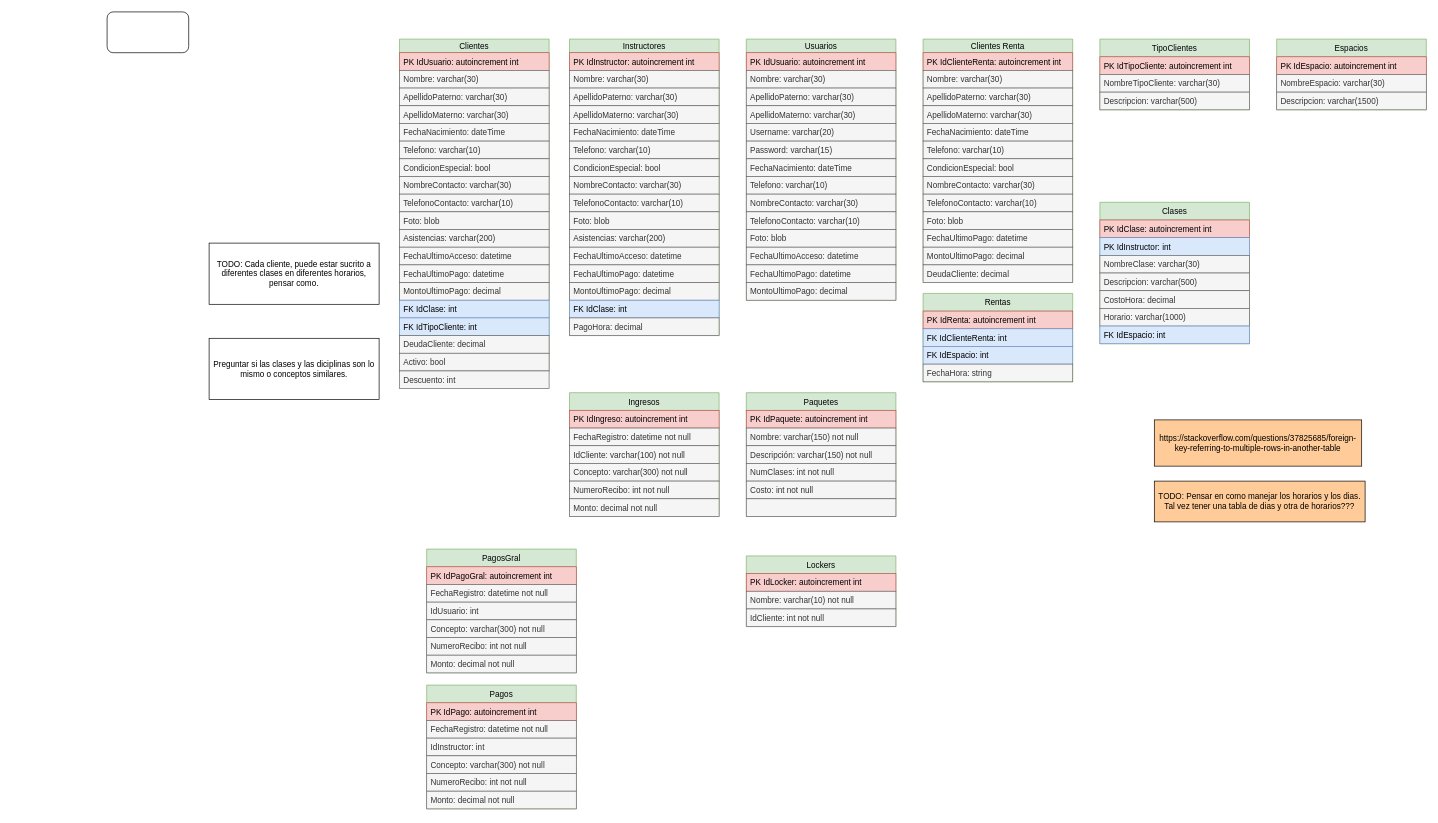
Above: page "Base de Datos" (1 of 4) of GymCastillo/Docs/Diagrams/Gym.drawio in Fwxzxh/GymCastillo (draw.io), before the change. Source tidied: cells renumbered, new cells numbered last; positions are measured from the earlier drawing's top-left corner, leaving out a move shared by most shapes. Both pictures are drawn from the tidied source at 68%, with x=0, y=0 at pixel (107, 12).
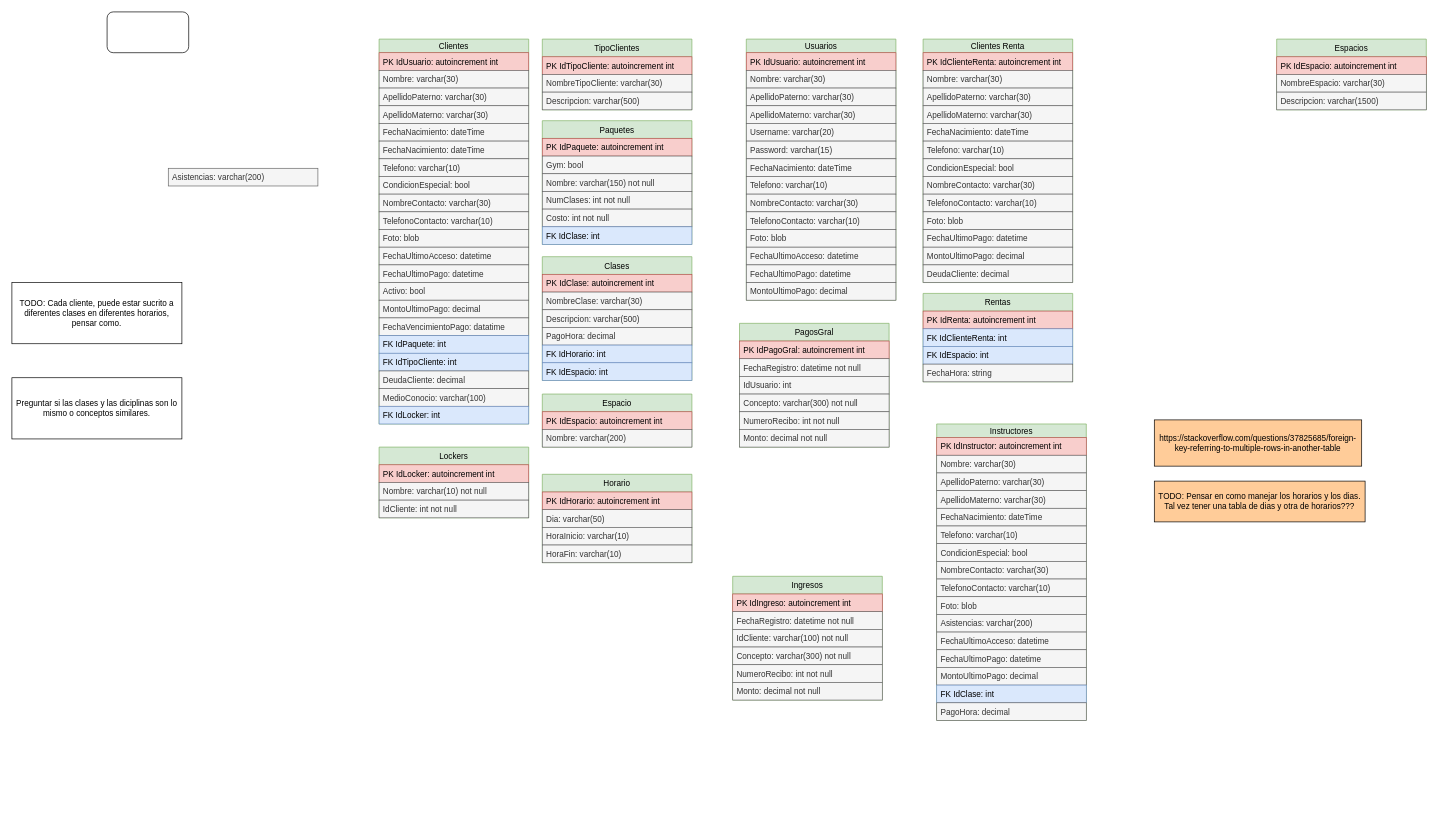
The same page after the edit.

The edit, as a diff of the source:
```diff
@@
     <mxCell id="2" value="Clientes" style="swimlane;fontStyle=0;horizontal=1;startSize=20;fillColor=#d5e8d4;strokeColor=#82b366;" parent="1" vertex="1">
-      <mxGeometry x="430" y="40" width="220" height="488" as="geometry" />
+      <mxGeometry x="400" y="40" width="220" height="566" as="geometry" />
     </mxCell>
@@
+    <mxCell id="126" value="FechaNacimiento: dateTime" style="text;strokeColor=#666666;fillColor=#f5f5f5;align=left;verticalAlign=top;spacingLeft=4;spacingRight=4;overflow=hidden;fontColor=#333333;" parent="2" vertex="1">
+      <mxGeometry y="124" width="220" height="26" as="geometry" />
+    </mxCell>
     <mxCell id="7" value="FechaNacimiento: dateTime" style="text;strokeColor=#666666;fillColor=#f5f5f5;align=left;verticalAlign=top;spacingLeft=4;spacingRight=4;overflow=hidden;fontColor=#333333;" parent="2" vertex="1">
-      <mxGeometry y="124" width="220" height="26" as="geometry" />
+      <mxGeometry y="150" width="220" height="26" as="geometry" />
     </mxCell>
     <mxCell id="8" value="Telefono: varchar(10)" style="text;strokeColor=#666666;fillColor=#f5f5f5;align=left;verticalAlign=top;spacingLeft=4;spacingRight=4;overflow=hidden;fontColor=#333333;" parent="2" vertex="1">
-      <mxGeometry y="150" width="220" height="26" as="geometry" />
+      <mxGeometry y="176" width="220" height="26" as="geometry" />
     </mxCell>
     <mxCell id="9" value="CondicionEspecial: bool" style="text;strokeColor=#666666;fillColor=#f5f5f5;align=left;verticalAlign=top;spacingLeft=4;spacingRight=4;overflow=hidden;fontColor=#333333;" parent="2" vertex="1">
-      <mxGeometry y="176" width="220" height="26" as="geometry" />
+      <mxGeometry y="202" width="220" height="26" as="geometry" />
     </mxCell>
     <mxCell id="10" value="NombreContacto: varchar(30)" style="text;strokeColor=#666666;fillColor=#f5f5f5;align=left;verticalAlign=top;spacingLeft=4;spacingRight=4;overflow=hidden;fontColor=#333333;" parent="2" vertex="1">
-      <mxGeometry y="202" width="220" height="26" as="geometry" />
+      <mxGeometry y="228" width="220" height="26" as="geometry" />
     </mxCell>
     <mxCell id="11" value="TelefonoContacto: varchar(10)" style="text;strokeColor=#666666;fillColor=#f5f5f5;align=left;verticalAlign=top;spacingLeft=4;spacingRight=4;overflow=hidden;fontColor=#333333;" parent="2" vertex="1">
-      <mxGeometry y="228" width="220" height="26" as="geometry" />
+      <mxGeometry y="254" width="220" height="26" as="geometry" />
     </mxCell>
     <mxCell id="12" value="Foto: blob" style="text;strokeColor=#666666;fillColor=#f5f5f5;align=left;verticalAlign=top;spacingLeft=4;spacingRight=4;overflow=hidden;fontColor=#333333;" parent="2" vertex="1">
-      <mxGeometry y="254" width="220" height="26" as="geometry" />
+      <mxGeometry y="280" width="220" height="26" as="geometry" />
     </mxCell>
-    <mxCell id="13" value="Asistencias: varchar(200)" style="text;strokeColor=#666666;fillColor=#f5f5f5;align=left;verticalAlign=top;spacingLeft=4;spacingRight=4;overflow=hidden;fontColor=#333333;" parent="2" vertex="1">
-      <mxGeometry y="280" width="220" height="26" as="geometry" />
-    </mxCell>
@@
+    <mxCell id="127" value="Activo: bool" style="text;strokeColor=#666666;fillColor=#f5f5f5;align=left;verticalAlign=top;spacingLeft=4;spacingRight=4;overflow=hidden;fontColor=#333333;" parent="2" vertex="1">
+      <mxGeometry y="358" width="220" height="26" as="geometry" />
+    </mxCell>
     <mxCell id="16" value="MontoUltimoPago: decimal" style="text;strokeColor=#666666;fillColor=#f5f5f5;align=left;verticalAlign=top;spacingLeft=4;spacingRight=4;overflow=hidden;fontColor=#333333;" parent="2" vertex="1">
-      <mxGeometry y="358" width="220" height="26" as="geometry" />
+      <mxGeometry y="384" width="220" height="26" as="geometry" />
     </mxCell>
+    <mxCell id="125" value="FechaVencimientoPago: datatime&#10;" style="text;strokeColor=#666666;fillColor=#f5f5f5;align=left;verticalAlign=top;spacingLeft=4;spacingRight=4;overflow=hidden;fontColor=#333333;" parent="2" vertex="1">
+      <mxGeometry y="410" width="220" height="26" as="geometry" />
+    </mxCell>
-    <mxCell id="17" value="FK IdClase: int" style="text;strokeColor=#6c8ebf;fillColor=#dae8fc;align=left;verticalAlign=top;spacingLeft=4;spacingRight=4;overflow=hidden;" parent="2" vertex="1">
-      <mxGeometry y="384" width="220" height="26" as="geometry" />
+    <mxCell id="17" value="FK IdPaquete: int" style="text;strokeColor=#6c8ebf;fillColor=#dae8fc;align=left;verticalAlign=top;spacingLeft=4;spacingRight=4;overflow=hidden;" parent="2" vertex="1">
+      <mxGeometry y="436" width="220" height="26" as="geometry" />
     </mxCell>
     <mxCell id="18" value="FK IdTipoCliente: int" style="text;strokeColor=#6c8ebf;fillColor=#dae8fc;align=left;verticalAlign=top;spacingLeft=4;spacingRight=4;overflow=hidden;" parent="2" vertex="1">
-      <mxGeometry y="410" width="220" height="26" as="geometry" />
+      <mxGeometry y="462" width="220" height="26" as="geometry" />
     </mxCell>
     <mxCell id="19" value="DeudaCliente: decimal" style="text;strokeColor=#666666;fillColor=#f5f5f5;align=left;verticalAlign=top;spacingLeft=4;spacingRight=4;overflow=hidden;fontColor=#333333;" parent="2" vertex="1">
-      <mxGeometry y="436" width="220" height="26" as="geometry" />
+      <mxGeometry y="488" width="220" height="26" as="geometry" />
     </mxCell>
-    <mxCell id="20" value="Activo: bool" style="text;strokeColor=#666666;fillColor=#f5f5f5;align=left;verticalAlign=top;spacingLeft=4;spacingRight=4;overflow=hidden;fontColor=#333333;" parent="2" vertex="1">
-      <mxGeometry y="462" width="220" height="26" as="geometry" />
+    <mxCell id="20" value="MedioConocio: varchar(100)" style="text;strokeColor=#666666;fillColor=#f5f5f5;align=left;verticalAlign=top;spacingLeft=4;spacingRight=4;overflow=hidden;fontColor=#333333;" parent="2" vertex="1">
+      <mxGeometry y="514" width="220" height="26" as="geometry" />
     </mxCell>
+    <mxCell id="128" value="FK IdLocker: int" style="text;strokeColor=#6c8ebf;fillColor=#dae8fc;align=left;verticalAlign=top;spacingLeft=4;spacingRight=4;overflow=hidden;" parent="2" vertex="1">
+      <mxGeometry y="540" width="220" height="26" as="geometry" />
+    </mxCell>
     <mxCell id="21" value="Instructores" style="swimlane;fontStyle=0;horizontal=1;startSize=20;fillColor=#d5e8d4;strokeColor=#82b366;" parent="1" vertex="1">
-      <mxGeometry x="680" y="40" width="220" height="436" as="geometry" />
+      <mxGeometry x="1220" y="606" width="220" height="436" as="geometry" />
     </mxCell>
@@
     <mxCell id="38" value="TipoClientes" style="swimlane;fontStyle=0;horizontal=1;startSize=26;fillColor=#d5e8d4;strokeColor=#82b366;" parent="1" vertex="1">
-      <mxGeometry x="1460" y="40" width="220" height="104" as="geometry" />
+      <mxGeometry x="640" y="40" width="220" height="104" as="geometry" />
     </mxCell>
@@
     <mxCell id="42" value="Clases" style="swimlane;fontStyle=0;horizontal=1;startSize=26;fillColor=#d5e8d4;strokeColor=#82b366;" parent="1" vertex="1">
-      <mxGeometry x="1460" y="280" width="220" height="208" as="geometry" />
+      <mxGeometry x="640" y="360" width="220" height="182" as="geometry" />
     </mxCell>
@@
-    <mxCell id="44" value="PK IdInstructor: int" style="text;strokeColor=#6c8ebf;fillColor=#dae8fc;align=left;verticalAlign=top;spacingLeft=4;spacingRight=4;overflow=hidden;" parent="42" vertex="1">
-      <mxGeometry y="52" width="220" height="26" as="geometry" />
-    </mxCell>
     <mxCell id="45" value="NombreClase: varchar(30)" style="text;strokeColor=#666666;fillColor=#f5f5f5;align=left;verticalAlign=top;spacingLeft=4;spacingRight=4;overflow=hidden;fontColor=#333333;" parent="42" vertex="1">
-      <mxGeometry y="78" width="220" height="26" as="geometry" />
+      <mxGeometry y="52" width="220" height="26" as="geometry" />
     </mxCell>
     <mxCell id="46" value="Descripcion: varchar(500)" style="text;strokeColor=#666666;fillColor=#f5f5f5;align=left;verticalAlign=top;spacingLeft=4;spacingRight=4;overflow=hidden;fontColor=#333333;" parent="42" vertex="1">
-      <mxGeometry y="104" width="220" height="26" as="geometry" />
+      <mxGeometry y="78" width="220" height="26" as="geometry" />
     </mxCell>
-    <mxCell id="47" value="CostoHora: decimal" style="text;strokeColor=#666666;fillColor=#f5f5f5;align=left;verticalAlign=top;spacingLeft=4;spacingRight=4;overflow=hidden;fontColor=#333333;" parent="42" vertex="1">
-      <mxGeometry y="130" width="220" height="26" as="geometry" />
+    <mxCell id="47" value="PagoHora: decimal" style="text;strokeColor=#666666;fillColor=#f5f5f5;align=left;verticalAlign=top;spacingLeft=4;spacingRight=4;overflow=hidden;fontColor=#333333;" parent="42" vertex="1">
+      <mxGeometry y="104" width="220" height="26" as="geometry" />
     </mxCell>
-    <mxCell id="48" value="Horario: varchar(1000)" style="text;strokeColor=#666666;fillColor=#f5f5f5;align=left;verticalAlign=top;spacingLeft=4;spacingRight=4;overflow=hidden;fontColor=#333333;" parent="42" vertex="1">
-      <mxGeometry y="156" width="220" height="26" as="geometry" />
-    </mxCell>
+    <mxCell id="129" value="FK IdHorario: int" style="text;strokeColor=#6c8ebf;fillColor=#dae8fc;align=left;verticalAlign=top;spacingLeft=4;spacingRight=4;overflow=hidden;" parent="42" vertex="1">
+      <mxGeometry y="130" width="220" height="26" as="geometry" />
+    </mxCell>
     <mxCell id="49" value="FK IdEspacio: int" style="text;strokeColor=#6c8ebf;fillColor=#dae8fc;align=left;verticalAlign=top;spacingLeft=4;spacingRight=4;overflow=hidden;" parent="42" vertex="1">
-      <mxGeometry y="182" width="220" height="26" as="geometry" />
+      <mxGeometry y="156" width="220" height="26" as="geometry" />
     </mxCell>
     <mxCell id="50" value="PagosGral" style="swimlane;fontStyle=0;horizontal=1;startSize=26;fillColor=#d5e8d4;strokeColor=#82b366;" parent="1" vertex="1">
-      <mxGeometry x="470" y="790" width="220" height="182" as="geometry" />
+      <mxGeometry x="930" y="458" width="220" height="182" as="geometry" />
     </mxCell>
@@
     <mxCell id="57" value="Ingresos" style="swimlane;fontStyle=0;horizontal=1;startSize=26;fillColor=#d5e8d4;strokeColor=#82b366;" parent="1" vertex="1">
-      <mxGeometry x="680" y="560" width="220" height="182" as="geometry" />
+      <mxGeometry x="920" y="830" width="220" height="182" as="geometry" />
     </mxCell>
@@
     <mxCell id="66" value="TODO: Cada cliente, puede estar sucrito a diferentes clases en diferentes horarios, pensar como." style="rounded=0;whiteSpace=wrap;html=1;fillColor=default;" parent="1" vertex="1">
-      <mxGeometry x="150" y="340" width="250" height="90" as="geometry" />
+      <mxGeometry x="-140" y="398" width="250" height="90" as="geometry" />
     </mxCell>
     <mxCell id="67" value="Preguntar si las clases y las diciplinas son lo mismo o conceptos similares." style="rounded=0;whiteSpace=wrap;html=1;fillColor=default;" parent="1" vertex="1">
-      <mxGeometry x="150" y="480" width="250" height="90" as="geometry" />
+      <mxGeometry x="-140" y="538" width="250" height="90" as="geometry" />
     </mxCell>
@@
-    <mxCell id="106" value="Pagos" style="swimlane;fontStyle=0;horizontal=1;startSize=26;fillColor=#d5e8d4;strokeColor=#82b366;" parent="1" vertex="1">
-      <mxGeometry x="470" y="990" width="220" height="182" as="geometry" />
+    <mxCell id="106" value="Espacio" style="swimlane;fontStyle=0;horizontal=1;startSize=26;fillColor=#d5e8d4;strokeColor=#82b366;" parent="1" vertex="1">
+      <mxGeometry x="640" y="562" width="220" height="78" as="geometry" />
     </mxCell>
-    <mxCell id="107" value="PK IdPago: autoincrement int" style="text;strokeColor=#b85450;fillColor=#f8cecc;align=left;verticalAlign=top;spacingLeft=4;spacingRight=4;overflow=hidden;" parent="106" vertex="1">
+    <mxCell id="107" value="PK IdEspacio: autoincrement int" style="text;strokeColor=#b85450;fillColor=#f8cecc;align=left;verticalAlign=top;spacingLeft=4;spacingRight=4;overflow=hidden;" parent="106" vertex="1">
       <mxGeometry y="26" width="220" height="26" as="geometry" />
     </mxCell>
-    <mxCell id="108" value="FechaRegistro: datetime not null" style="text;strokeColor=#666666;fillColor=#f5f5f5;align=left;verticalAlign=top;spacingLeft=4;spacingRight=4;overflow=hidden;fontColor=#333333;" parent="106" vertex="1">
+    <mxCell id="108" value="Nombre: varchar(200)" style="text;strokeColor=#666666;fillColor=#f5f5f5;align=left;verticalAlign=top;spacingLeft=4;spacingRight=4;overflow=hidden;fontColor=#333333;" parent="106" vertex="1">
       <mxGeometry y="52" width="220" height="26" as="geometry" />
     </mxCell>
-    <mxCell id="109" value="IdInstructor: int" style="text;strokeColor=#666666;fillColor=#f5f5f5;align=left;verticalAlign=top;spacingLeft=4;spacingRight=4;overflow=hidden;fontColor=#333333;" parent="106" vertex="1">
-      <mxGeometry y="78" width="220" height="26" as="geometry" />
-    </mxCell>
-    <mxCell id="110" value="Concepto: varchar(300) not null" style="text;strokeColor=#666666;fillColor=#f5f5f5;align=left;verticalAlign=top;spacingLeft=4;spacingRight=4;overflow=hidden;fontColor=#333333;" parent="106" vertex="1">
-      <mxGeometry y="104" width="220" height="26" as="geometry" />
-    </mxCell>
-    <mxCell id="111" value="NumeroRecibo: int not null" style="text;strokeColor=#666666;fillColor=#f5f5f5;align=left;verticalAlign=top;spacingLeft=4;spacingRight=4;overflow=hidden;fontColor=#333333;" parent="106" vertex="1">
-      <mxGeometry y="130" width="220" height="26" as="geometry" />
-    </mxCell>
-    <mxCell id="112" value="Monto: decimal not null" style="text;strokeColor=#666666;fillColor=#f5f5f5;align=left;verticalAlign=top;spacingLeft=4;spacingRight=4;overflow=hidden;fontColor=#333333;" parent="106" vertex="1">
-      <mxGeometry y="156" width="220" height="26" as="geometry" />
-    </mxCell>
@@
     <mxCell id="114" value="Paquetes" style="swimlane;fontStyle=0;horizontal=1;startSize=26;fillColor=#d5e8d4;strokeColor=#82b366;" parent="1" vertex="1">
-      <mxGeometry x="940" y="560" width="220" height="182" as="geometry" />
+      <mxGeometry x="640" y="160" width="220" height="182" as="geometry" />
     </mxCell>
@@
+    <mxCell id="120" value="Gym: bool" style="text;strokeColor=#666666;fillColor=#f5f5f5;align=left;verticalAlign=top;spacingLeft=4;spacingRight=4;overflow=hidden;fontColor=#333333;" parent="114" vertex="1">
+      <mxGeometry y="52" width="220" height="26" as="geometry" />
+    </mxCell>
     <mxCell id="116" value="Nombre: varchar(150) not null" style="text;strokeColor=#666666;fillColor=#f5f5f5;align=left;verticalAlign=top;spacingLeft=4;spacingRight=4;overflow=hidden;fontColor=#333333;" parent="114" vertex="1">
-      <mxGeometry y="52" width="220" height="26" as="geometry" />
+      <mxGeometry y="78" width="220" height="26" as="geometry" />
     </mxCell>
-    <mxCell id="117" value="Descripción: varchar(150) not null" style="text;strokeColor=#666666;fillColor=#f5f5f5;align=left;verticalAlign=top;spacingLeft=4;spacingRight=4;overflow=hidden;fontColor=#333333;" parent="114" vertex="1">
-      <mxGeometry y="78" width="220" height="26" as="geometry" />
-    </mxCell>
@@
-    <mxCell id="120" style="text;strokeColor=#666666;fillColor=#f5f5f5;align=left;verticalAlign=top;spacingLeft=4;spacingRight=4;overflow=hidden;fontColor=#333333;" parent="114" vertex="1">
-      <mxGeometry y="156" width="220" height="26" as="geometry" />
-    </mxCell>
+    <mxCell id="130" value="FK IdClase: int" style="text;strokeColor=#6c8ebf;fillColor=#dae8fc;align=left;verticalAlign=top;spacingLeft=4;spacingRight=4;overflow=hidden;" parent="114" vertex="1">
+      <mxGeometry y="156" width="220" height="26" as="geometry" />
+    </mxCell>
     <mxCell id="121" value="Lockers" style="swimlane;fontStyle=0;horizontal=1;startSize=26;fillColor=#d5e8d4;strokeColor=#82b366;" parent="1" vertex="1">
-      <mxGeometry x="940" y="800" width="220" height="104" as="geometry" />
+      <mxGeometry x="400" y="640" width="220" height="104" as="geometry" />
     </mxCell>
@@
-    <mxCell id="125" value="Descuento: int " style="text;strokeColor=#666666;fillColor=#f5f5f5;align=left;verticalAlign=top;spacingLeft=4;spacingRight=4;overflow=hidden;fontColor=#333333;" parent="1" vertex="1">
-      <mxGeometry x="430" y="528" width="220" height="26" as="geometry" />
-    </mxCell>
+    <mxCell id="13" value="Asistencias: varchar(200)" style="text;strokeColor=#666666;fillColor=#f5f5f5;align=left;verticalAlign=top;spacingLeft=4;spacingRight=4;overflow=hidden;fontColor=#333333;" parent="1" vertex="1">
+      <mxGeometry x="90" y="230" width="220" height="26" as="geometry" />
+    </mxCell>
+    <mxCell id="131" value="Horario" style="swimlane;fontStyle=0;horizontal=1;startSize=26;fillColor=#d5e8d4;strokeColor=#82b366;" parent="1" vertex="1">
+      <mxGeometry x="640" y="680" width="220" height="130" as="geometry" />
+    </mxCell>
+    <mxCell id="132" value="PK IdHorario: autoincrement int" style="text;strokeColor=#b85450;fillColor=#f8cecc;align=left;verticalAlign=top;spacingLeft=4;spacingRight=4;overflow=hidden;" parent="131" vertex="1">
+      <mxGeometry y="26" width="220" height="26" as="geometry" />
+    </mxCell>
+    <mxCell id="133" value="Dia: varchar(50)" style="text;strokeColor=#666666;fillColor=#f5f5f5;align=left;verticalAlign=top;spacingLeft=4;spacingRight=4;overflow=hidden;fontColor=#333333;" parent="131" vertex="1">
+      <mxGeometry y="52" width="220" height="26" as="geometry" />
+    </mxCell>
+    <mxCell id="134" value="HoraInicio: varchar(10)" style="text;strokeColor=#666666;fillColor=#f5f5f5;align=left;verticalAlign=top;spacingLeft=4;spacingRight=4;overflow=hidden;fontColor=#333333;" parent="131" vertex="1">
+      <mxGeometry y="78" width="220" height="26" as="geometry" />
+    </mxCell>
+    <mxCell id="135" value="HoraFin: varchar(10)" style="text;strokeColor=#666666;fillColor=#f5f5f5;align=left;verticalAlign=top;spacingLeft=4;spacingRight=4;overflow=hidden;fontColor=#333333;" parent="131" vertex="1">
+      <mxGeometry y="104" width="220" height="26" as="geometry" />
+    </mxCell>
```
